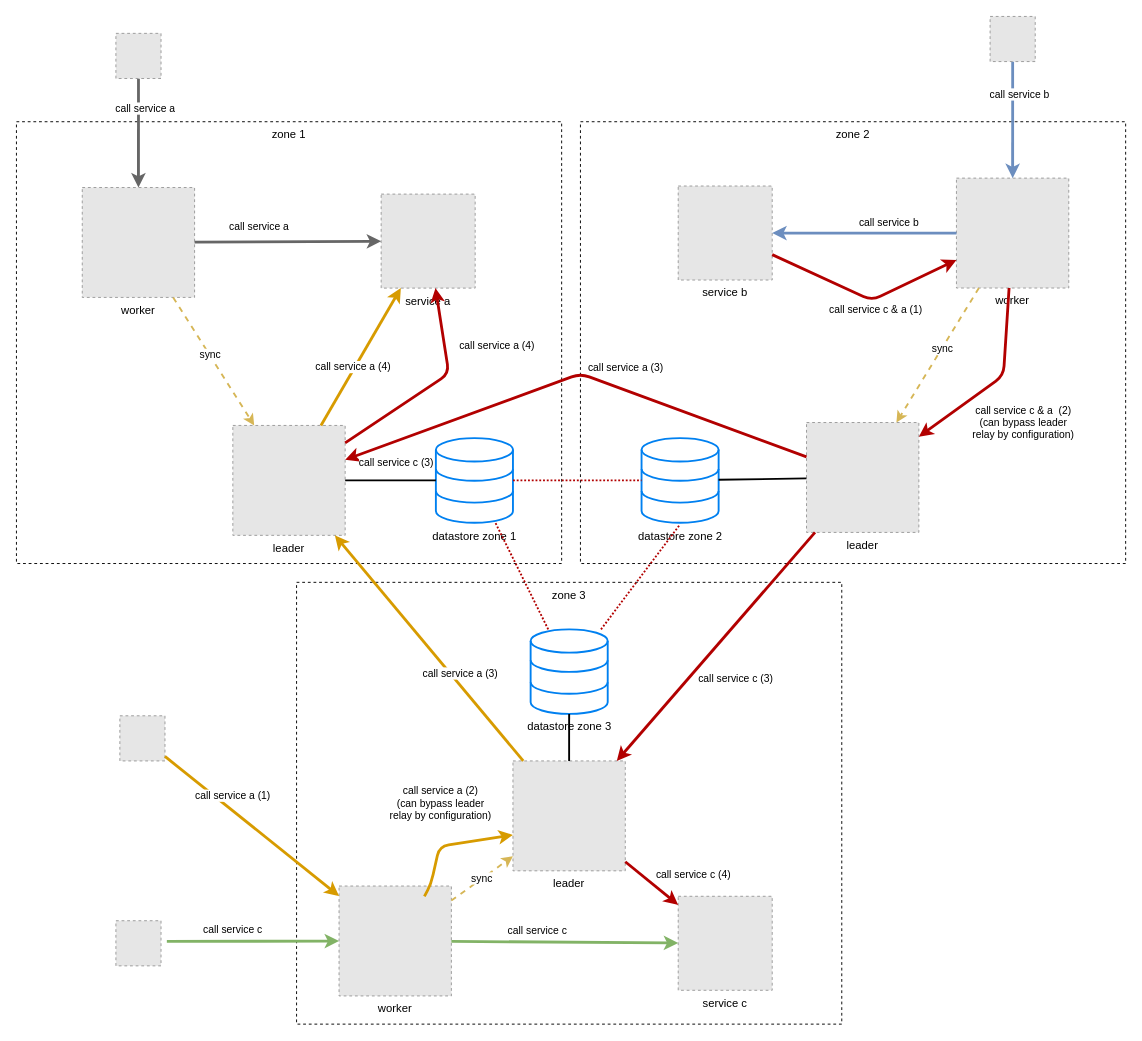
Above: demos/relay/relay.drawio in MAIF/otoroshi (draw.io), before the change. Source tidied: cells renumbered, new cells numbered last; positions are measured from the earlier drawing's top-left corner, leaving out a move shared by most shapes. Both pictures are drawn from the tidied source at 94%, with x=0, y=0 at pixel (16, 16). Pictures stored in the file or linked from it are replaced by grey dashed boxes.
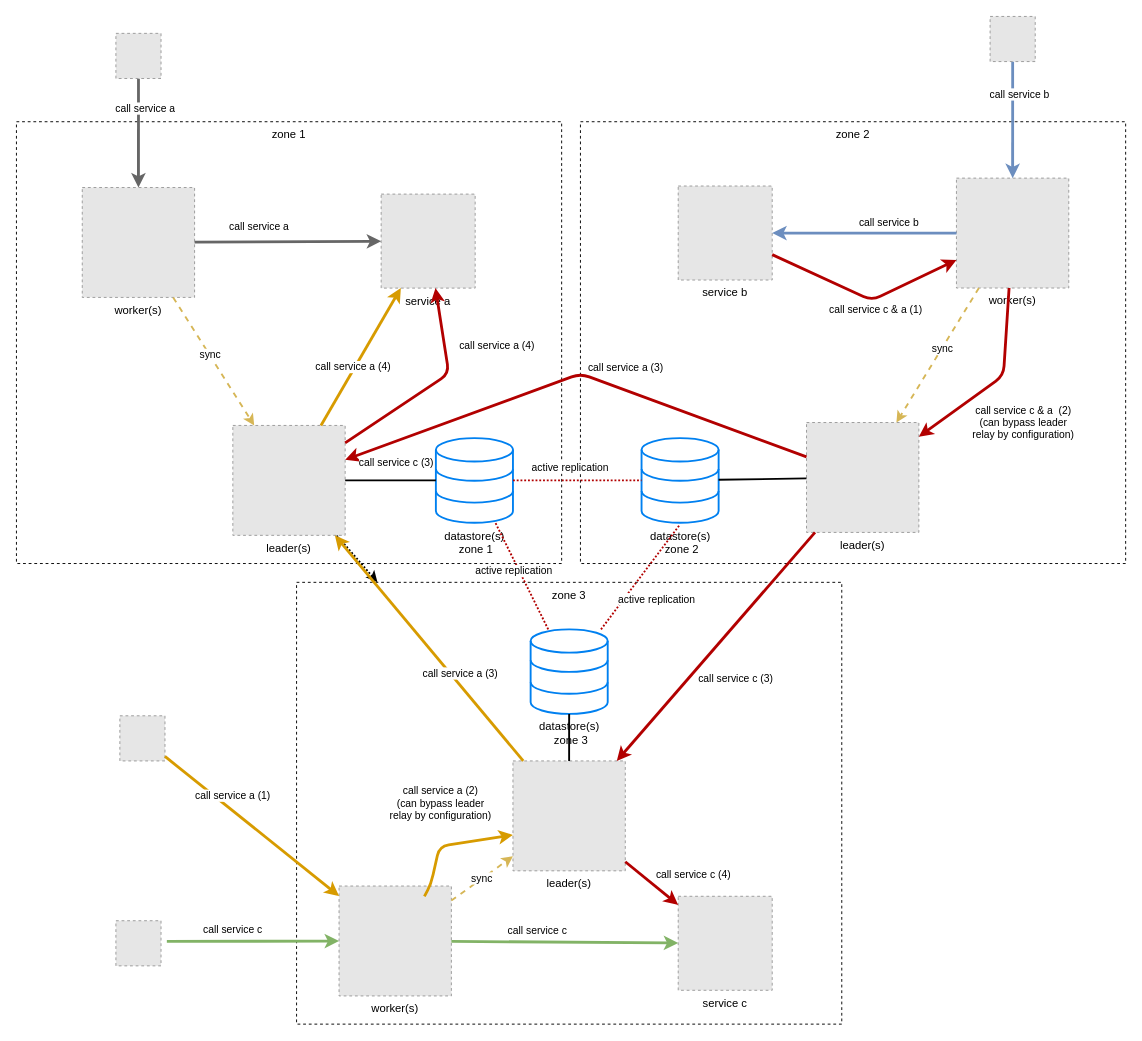
The same diagram, later.

Commit message (it also covers changes not shown here):
Replace bad label

The change refers to these unchanged cells:
```xml
<mxCell id="4" value="zone 3" style="rounded=0;whiteSpace=wrap;html=1;verticalAlign=top;dashed=1;" parent="1" vertex="1">
  <mxGeometry x="298" y="602" width="580" height="470" as="geometry" />
</mxCell>
<mxCell id="8" style="endArrow=none;html=1;dashed=1;dashPattern=1 1;fillColor=#e51400;strokeColor=#B20000;strokeWidth=2;" parent="1" edge="1" source="5" target="6">
  <mxGeometry relative="1" as="geometry" />
</mxCell>
<mxCell id="9" style="endArrow=none;html=1;entryX=0.488;entryY=1.033;entryDx=0;entryDy=0;entryPerimeter=0;dashed=1;dashPattern=1 1;fillColor=#e51400;strokeColor=#B20000;strokeWidth=2;" parent="1" edge="1" source="7" target="6">
  <mxGeometry relative="1" as="geometry" />
</mxCell>
<mxCell id="10" style="endArrow=none;html=1;dashed=1;dashPattern=1 1;strokeWidth=2;fillColor=#e51400;strokeColor=#B20000;" parent="1" edge="1" source="7" target="5">
  <mxGeometry relative="1" as="geometry" />
</mxCell>
```

The edit, as a diff of the source:
```diff
@@
-    <mxCell id="5" value="datastore zone 1" style="html=1;verticalLabelPosition=bottom;align=center;labelBackgroundColor=#ffffff;verticalAlign=top;strokeWidth=2;strokeColor=#0080F0;shadow=0;dashed=0;shape=mxgraph.ios7.icons.data;" parent="1" vertex="1">
+    <mxCell id="5" value="datastore(s)&lt;br&gt;&amp;nbsp;zone 1" style="html=1;verticalLabelPosition=bottom;align=center;labelBackgroundColor=#ffffff;verticalAlign=top;strokeWidth=2;strokeColor=#0080F0;shadow=0;dashed=0;shape=mxgraph.ios7.icons.data;" parent="1" vertex="1">
       <mxGeometry x="446.2" y="448.6" width="82" height="90" as="geometry" />
     </mxCell>
-    <mxCell id="6" value="datastore zone 2" style="html=1;verticalLabelPosition=bottom;align=center;labelBackgroundColor=#ffffff;verticalAlign=top;strokeWidth=2;strokeColor=#0080F0;shadow=0;dashed=0;shape=mxgraph.ios7.icons.data;" parent="1" vertex="1">
+    <mxCell id="6" value="datastore(s)&lt;br&gt;&amp;nbsp;zone 2" style="html=1;verticalLabelPosition=bottom;align=center;labelBackgroundColor=#ffffff;verticalAlign=top;strokeWidth=2;strokeColor=#0080F0;shadow=0;dashed=0;shape=mxgraph.ios7.icons.data;" parent="1" vertex="1">
       <mxGeometry x="665" y="448.6" width="82" height="90" as="geometry" />
     </mxCell>
-    <mxCell id="7" value="datastore zone 3" style="html=1;verticalLabelPosition=bottom;align=center;labelBackgroundColor=#ffffff;verticalAlign=top;strokeWidth=2;strokeColor=#0080F0;shadow=0;dashed=0;shape=mxgraph.ios7.icons.data;" parent="1" vertex="1">
+    <mxCell id="7" value="datastore(s)&lt;br&gt;&amp;nbsp;zone 3" style="html=1;verticalLabelPosition=bottom;align=center;labelBackgroundColor=#ffffff;verticalAlign=top;strokeWidth=2;strokeColor=#0080F0;shadow=0;dashed=0;shape=mxgraph.ios7.icons.data;" parent="1" vertex="1">
       <mxGeometry x="547" y="652" width="82" height="90" as="geometry" />
     </mxCell>
@@
+    <mxCell id="66" value="active replication" style="edgeLabel;html=1;align=center;verticalAlign=middle;" parent="8" vertex="1">
+      <mxGeometry x="-0.13" relative="1" as="geometry">
+        <mxPoint y="-14" as="offset" />
+      </mxGeometry>
+    </mxCell>
@@
+    <mxCell id="67" value="active replication" style="edgeLabel;html=1;align=center;verticalAlign=middle;" parent="9" vertex="1">
+      <mxGeometry x="-0.26" y="3" relative="1" as="geometry">
+        <mxPoint x="30" y="10" as="offset" />
+      </mxGeometry>
+    </mxCell>
@@
+    <mxCell id="68" value="active replication" style="edgeLabel;html=1;align=center;verticalAlign=middle;" parent="10" vertex="1">
+      <mxGeometry x="0.14" y="3" relative="1" as="geometry">
+        <mxPoint x="-3" y="1" as="offset" />
+      </mxGeometry>
+    </mxCell>
-    <mxCell id="11" value="leader" style="fillColor=#E6E6E6;strokeColor=#999999;dashed=1;verticalLabelPosition=bottom;labelBackgroundColor=#ffffff;verticalAlign=top;" parent="1" vertex="1">
+    <mxCell id="11" value="leader(s)" style="fillColor=#E6E6E6;strokeColor=#999999;dashed=1;verticalLabelPosition=bottom;labelBackgroundColor=#ffffff;verticalAlign=top;" parent="1" vertex="1">
       <mxGeometry x="840.5" y="432" width="119.5" height="116.9" as="geometry" />
     </mxCell>
+    <mxCell id="69" style="edgeStyle=none;rounded=0;jettySize=auto;html=1;dashed=1;dashPattern=1 1;strokeWidth=2;" parent="1" edge="1" source="12" target="4">
+      <mxGeometry relative="1" as="geometry" />
+    </mxCell>
-    <mxCell id="12" value="leader" style="fillColor=#E6E6E6;strokeColor=#999999;dashed=1;verticalLabelPosition=bottom;labelBackgroundColor=#ffffff;verticalAlign=top;" parent="1" vertex="1">
+    <mxCell id="12" value="leader(s)" style="fillColor=#E6E6E6;strokeColor=#999999;dashed=1;verticalLabelPosition=bottom;labelBackgroundColor=#ffffff;verticalAlign=top;" parent="1" vertex="1">
       <mxGeometry x="230.2" y="435.1" width="119.5" height="116.9" as="geometry" />
     </mxCell>
-    <mxCell id="13" value="leader" style="fillColor=#E6E6E6;strokeColor=#999999;dashed=1;verticalLabelPosition=bottom;labelBackgroundColor=#ffffff;verticalAlign=top;" parent="1" vertex="1">
+    <mxCell id="13" value="leader(s)" style="fillColor=#E6E6E6;strokeColor=#999999;dashed=1;verticalLabelPosition=bottom;labelBackgroundColor=#ffffff;verticalAlign=top;" parent="1" vertex="1">
       <mxGeometry x="528.2" y="792" width="119.5" height="116.9" as="geometry" />
     </mxCell>
-    <mxCell id="14" value="worker" style="fillColor=#E6E6E6;strokeColor=#999999;dashed=1;verticalLabelPosition=bottom;labelBackgroundColor=#ffffff;verticalAlign=top;" parent="1" vertex="1">
+    <mxCell id="14" value="worker(s)" style="fillColor=#E6E6E6;strokeColor=#999999;dashed=1;verticalLabelPosition=bottom;labelBackgroundColor=#ffffff;verticalAlign=top;" parent="1" vertex="1">
       <mxGeometry x="1000" y="172" width="119.5" height="116.9" as="geometry" />
     </mxCell>
-    <mxCell id="15" value="worker" style="fillColor=#E6E6E6;strokeColor=#999999;dashed=1;verticalLabelPosition=bottom;labelBackgroundColor=#ffffff;verticalAlign=top;" parent="1" vertex="1">
+    <mxCell id="15" value="worker(s)" style="fillColor=#E6E6E6;strokeColor=#999999;dashed=1;verticalLabelPosition=bottom;labelBackgroundColor=#ffffff;verticalAlign=top;" parent="1" vertex="1">
       <mxGeometry x="70" y="182" width="119.5" height="116.9" as="geometry" />
     </mxCell>
-    <mxCell id="16" value="worker" style="fillColor=#E6E6E6;strokeColor=#999999;dashed=1;verticalLabelPosition=bottom;labelBackgroundColor=#ffffff;verticalAlign=top;" parent="1" vertex="1">
+    <mxCell id="16" value="worker(s)" style="fillColor=#E6E6E6;strokeColor=#999999;dashed=1;verticalLabelPosition=bottom;labelBackgroundColor=#ffffff;verticalAlign=top;" parent="1" vertex="1">
       <mxGeometry x="343.2" y="925.1" width="119.5" height="116.9" as="geometry" />
     </mxCell>
```
